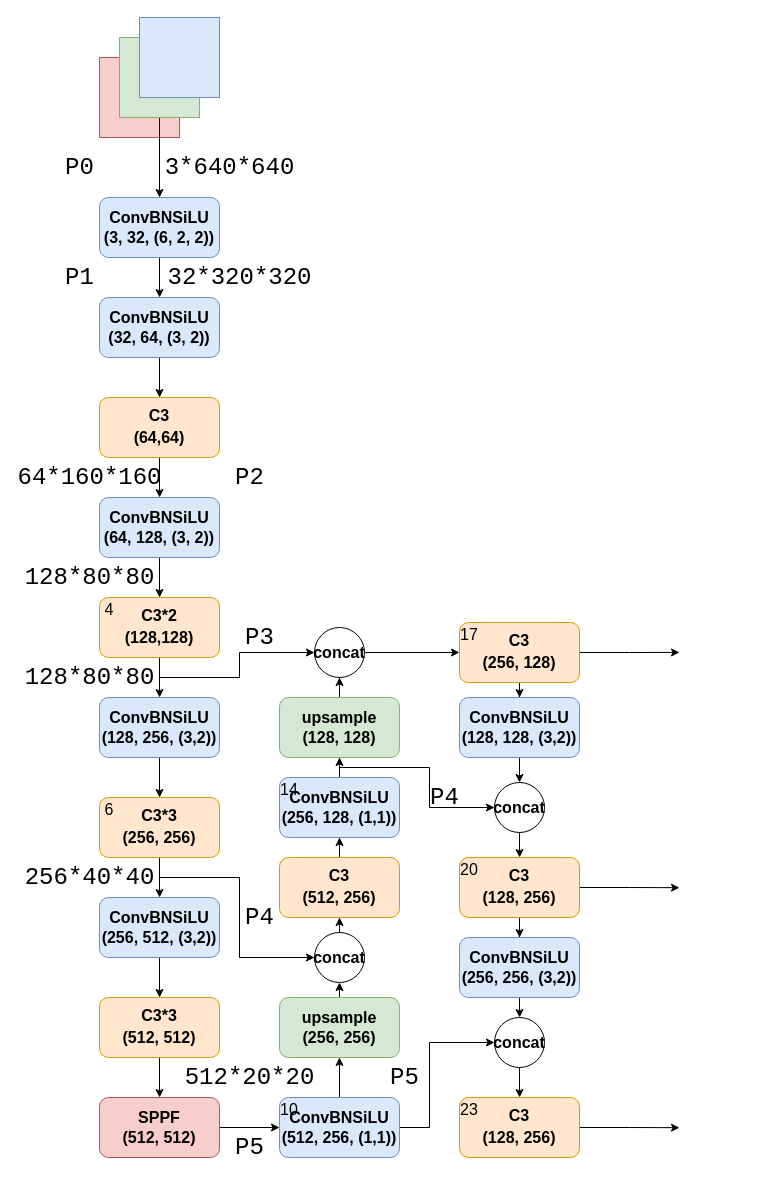
Before: page "第 1 页" (1 of 2) of backbone.drawio in 225ceV/-, a draw.io diagram. Source tidied: cells renumbered, new cells numbered last; positions are measured from the earlier drawing's top-left corner, leaving out a move shared by most shapes. Both pictures are drawn from the tidied source at 100%, with x=0, y=0 at pixel (29, 17).
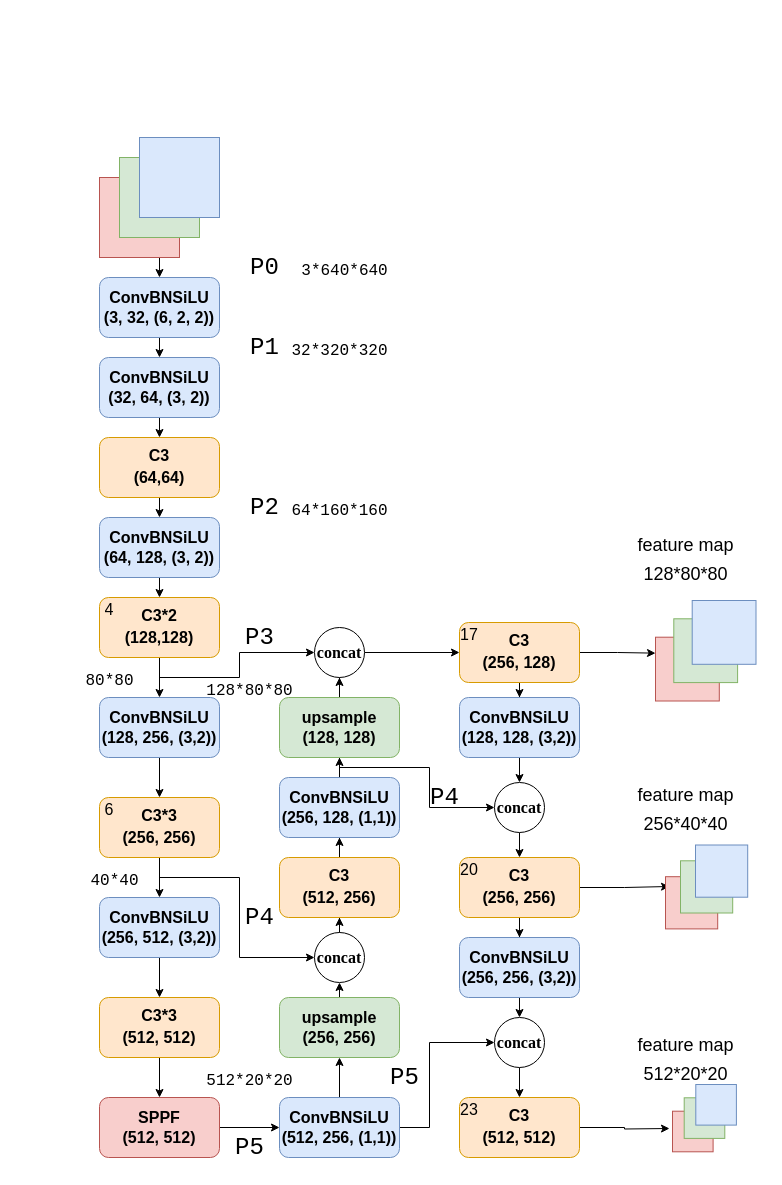
Above is the later version.

The change refers to these unchanged cells:
```xml
<mxCell id="54" value="&lt;font face=&quot;Helvetica&quot; style=&quot;font-size: 16px;&quot;&gt;&lt;b&gt;C3&lt;br&gt;(256, 128)&lt;/b&gt;&lt;/font&gt;" style="rounded=1;whiteSpace=wrap;html=1;fontFamily=Courier New;fontSize=16;fillColor=#ffe6cc;strokeColor=#d79b00;" parent="1" vertex="1">
  <mxGeometry x="430" y="605" width="120" height="60" as="geometry" />
</mxCell>
```

Change to the diagram source:
```diff
@@
-    <mxCell id="2" style="whiteSpace=wrap;html=1;fillColor=#f8cecc;strokeColor=#b85450;" parent="1" vertex="1">
-      <mxGeometry x="70" y="40" width="80" height="80" as="geometry" />
-    </mxCell>
@@
-    <mxCell id="4" style="whiteSpace=wrap;html=1;fillColor=#d5e8d4;strokeColor=#82b366;" parent="1" vertex="1">
-      <mxGeometry x="90" y="20" width="80" height="80" as="geometry" />
-    </mxCell>
-    <mxCell id="5" style="whiteSpace=wrap;html=1;fillColor=#dae8fc;strokeColor=#6c8ebf;" parent="1" vertex="1">
-      <mxGeometry x="110" width="80" height="80" as="geometry" />
-    </mxCell>
@@
     <mxCell id="7" value="&lt;font style=&quot;font-size: 16px;&quot;&gt;&lt;b&gt;ConvBNSiLU&lt;br&gt;(3, 32, (6, 2, 2))&lt;/b&gt;&lt;br&gt;&lt;/font&gt;" style="rounded=1;whiteSpace=wrap;html=1;fillColor=#dae8fc;strokeColor=#6c8ebf;" parent="1" vertex="1">
-      <mxGeometry x="70" y="180" width="120" height="60" as="geometry" />
+      <mxGeometry x="70" y="260" width="120" height="60" as="geometry" />
     </mxCell>
-    <mxCell id="8" value="&lt;span style=&quot;font-weight: normal;&quot;&gt;&lt;font face=&quot;Courier New&quot;&gt;3*640*640&lt;/font&gt;&lt;/span&gt;" style="text;strokeColor=none;fillColor=none;html=1;fontSize=24;fontStyle=1;verticalAlign=middle;align=center;" parent="1" vertex="1">
-      <mxGeometry x="150" y="130" width="100" height="40" as="geometry" />
+    <mxCell id="8" value="&lt;span style=&quot;font-weight: normal;&quot;&gt;&lt;font style=&quot;font-size: 16px;&quot; face=&quot;Courier New&quot;&gt;3*640*640&lt;/font&gt;&lt;/span&gt;" style="text;strokeColor=none;fillColor=none;html=1;fontSize=24;fontStyle=1;verticalAlign=middle;align=center;" parent="1" vertex="1">
+      <mxGeometry x="265" y="230" width="100" height="40" as="geometry" />
     </mxCell>
@@
     <mxCell id="10" value="&lt;font style=&quot;font-size: 16px;&quot;&gt;&lt;b&gt;ConvBNSiLU&lt;br&gt;(32, 64, (3, 2))&lt;/b&gt;&lt;br&gt;&lt;/font&gt;" style="rounded=1;whiteSpace=wrap;html=1;fillColor=#dae8fc;strokeColor=#6c8ebf;" parent="1" vertex="1">
-      <mxGeometry x="70" y="280" width="120" height="60" as="geometry" />
+      <mxGeometry x="70" y="340" width="120" height="60" as="geometry" />
     </mxCell>
-    <mxCell id="11" value="&lt;span style=&quot;font-weight: normal;&quot;&gt;&lt;font face=&quot;Courier New&quot;&gt;32*320*320&lt;/font&gt;&lt;/span&gt;" style="text;strokeColor=none;fillColor=none;html=1;fontSize=24;fontStyle=1;verticalAlign=middle;align=center;" parent="1" vertex="1">
-      <mxGeometry x="160" y="240" width="100" height="40" as="geometry" />
+    <mxCell id="11" value="&lt;span style=&quot;font-weight: normal;&quot;&gt;&lt;font style=&quot;font-size: 16px;&quot; face=&quot;Courier New&quot;&gt;32*320*320&lt;/font&gt;&lt;/span&gt;" style="text;strokeColor=none;fillColor=none;html=1;fontSize=24;fontStyle=1;verticalAlign=middle;align=center;" parent="1" vertex="1">
+      <mxGeometry x="260" y="320" width="100" height="20" as="geometry" />
     </mxCell>
@@
     <mxCell id="13" value="&lt;font face=&quot;Helvetica&quot; style=&quot;font-size: 16px;&quot;&gt;&lt;b&gt;C3&lt;br&gt;(64,64)&lt;/b&gt;&lt;/font&gt;" style="rounded=1;whiteSpace=wrap;html=1;fontFamily=Courier New;fontSize=16;fillColor=#ffe6cc;strokeColor=#d79b00;" parent="1" vertex="1">
-      <mxGeometry x="70" y="380" width="120" height="60" as="geometry" />
+      <mxGeometry x="70" y="420" width="120" height="60" as="geometry" />
     </mxCell>
@@
     <mxCell id="15" value="&lt;font style=&quot;font-size: 16px;&quot;&gt;&lt;b&gt;ConvBNSiLU&lt;br&gt;(64, 128, (3, 2))&lt;/b&gt;&lt;br&gt;&lt;/font&gt;" style="rounded=1;whiteSpace=wrap;html=1;fillColor=#dae8fc;strokeColor=#6c8ebf;" parent="1" vertex="1">
-      <mxGeometry x="70" y="480" width="120" height="60" as="geometry" />
+      <mxGeometry x="70" y="500" width="120" height="60" as="geometry" />
     </mxCell>
@@
-    <mxCell id="26" value="&lt;span style=&quot;font-weight: normal;&quot;&gt;&lt;font face=&quot;Courier New&quot;&gt;64*160*160&lt;/font&gt;&lt;/span&gt;" style="text;strokeColor=none;fillColor=none;html=1;fontSize=24;fontStyle=1;verticalAlign=middle;align=center;" parent="1" vertex="1">
-      <mxGeometry x="10" y="440" width="100" height="40" as="geometry" />
+    <mxCell id="26" value="&lt;span style=&quot;font-weight: normal;&quot;&gt;&lt;font style=&quot;font-size: 16px;&quot; face=&quot;Courier New&quot;&gt;64*160*160&lt;/font&gt;&lt;/span&gt;" style="text;strokeColor=none;fillColor=none;html=1;fontSize=24;fontStyle=1;verticalAlign=middle;align=center;" parent="1" vertex="1">
+      <mxGeometry x="260" y="480" width="100" height="20" as="geometry" />
     </mxCell>
-    <mxCell id="27" value="&lt;span style=&quot;font-weight: normal;&quot;&gt;&lt;font face=&quot;Courier New&quot;&gt;128*80*80&lt;/font&gt;&lt;/span&gt;" style="text;strokeColor=none;fillColor=none;html=1;fontSize=24;fontStyle=1;verticalAlign=middle;align=center;" parent="1" vertex="1">
-      <mxGeometry x="10" y="540" width="100" height="40" as="geometry" />
+    <mxCell id="27" value="&lt;span style=&quot;font-weight: normal;&quot;&gt;&lt;font style=&quot;font-size: 16px;&quot; face=&quot;Courier New&quot;&gt;128*80*80&lt;/font&gt;&lt;/span&gt;" style="text;strokeColor=none;fillColor=none;html=1;fontSize=24;fontStyle=1;verticalAlign=middle;align=center;" parent="1" vertex="1">
+      <mxGeometry x="170" y="650" width="100" height="40" as="geometry" />
     </mxCell>
-    <mxCell id="28" value="&lt;span style=&quot;font-weight: normal;&quot;&gt;&lt;font face=&quot;Courier New&quot;&gt;128*80*80&lt;/font&gt;&lt;/span&gt;" style="text;strokeColor=none;fillColor=none;html=1;fontSize=24;fontStyle=1;verticalAlign=middle;align=center;" parent="1" vertex="1">
-      <mxGeometry x="10" y="640" width="100" height="40" as="geometry" />
+    <mxCell id="28" value="&lt;span style=&quot;font-weight: normal;&quot;&gt;&lt;font style=&quot;font-size: 16px;&quot; face=&quot;Courier New&quot;&gt;80*80&lt;/font&gt;&lt;/span&gt;" style="text;strokeColor=none;fillColor=none;html=1;fontSize=24;fontStyle=1;verticalAlign=middle;align=center;" parent="1" vertex="1">
+      <mxGeometry x="50" y="640" width="60" height="40" as="geometry" />
     </mxCell>
-    <mxCell id="29" value="&lt;span style=&quot;font-weight: normal;&quot;&gt;&lt;font face=&quot;Courier New&quot;&gt;256*40*40&lt;/font&gt;&lt;/span&gt;" style="text;strokeColor=none;fillColor=none;html=1;fontSize=24;fontStyle=1;verticalAlign=middle;align=center;" parent="1" vertex="1">
-      <mxGeometry x="10" y="840" width="100" height="40" as="geometry" />
+    <mxCell id="29" value="&lt;span style=&quot;font-weight: normal;&quot;&gt;&lt;font style=&quot;font-size: 16px;&quot; face=&quot;Courier New&quot;&gt;40*40&lt;/font&gt;&lt;/span&gt;" style="text;strokeColor=none;fillColor=none;html=1;fontSize=24;fontStyle=1;verticalAlign=middle;align=center;" parent="1" vertex="1">
+      <mxGeometry x="60" y="840" width="50" height="40" as="geometry" />
     </mxCell>
@@
-    <mxCell id="32" value="&lt;span style=&quot;font-weight: normal;&quot;&gt;&lt;font face=&quot;Courier New&quot;&gt;512*20*20&lt;/font&gt;&lt;/span&gt;" style="text;strokeColor=none;fillColor=none;html=1;fontSize=24;fontStyle=1;verticalAlign=middle;align=center;" parent="1" vertex="1">
+    <mxCell id="32" value="&lt;span style=&quot;font-weight: normal;&quot;&gt;&lt;font style=&quot;font-size: 16px;&quot; face=&quot;Courier New&quot;&gt;512*20*20&lt;/font&gt;&lt;/span&gt;" style="text;strokeColor=none;fillColor=none;html=1;fontSize=24;fontStyle=1;verticalAlign=middle;align=center;" parent="1" vertex="1">
       <mxGeometry x="170" y="1040" width="100" height="40" as="geometry" />
     </mxCell>
@@
-    <mxCell id="40" value="&lt;b&gt;concat&lt;/b&gt;" style="ellipse;whiteSpace=wrap;html=1;fontSize=16;" parent="1" vertex="1">
+    <mxCell id="40" value="&lt;b&gt;&lt;font face=&quot;Garamond&quot;&gt;concat&lt;/font&gt;&lt;/b&gt;" style="ellipse;whiteSpace=wrap;html=1;fontSize=16;" parent="1" vertex="1">
       <mxGeometry x="285" y="915" width="50" height="50" as="geometry" />
     </mxCell>
@@
-    <mxCell id="48" value="&lt;b&gt;concat&lt;/b&gt;" style="ellipse;whiteSpace=wrap;html=1;fontSize=16;" parent="1" vertex="1">
+    <mxCell id="48" value="&lt;b&gt;&lt;font face=&quot;Garamond&quot;&gt;concat&lt;/font&gt;&lt;/b&gt;" style="ellipse;whiteSpace=wrap;html=1;fontSize=16;" parent="1" vertex="1">
       <mxGeometry x="285" y="610" width="50" height="50" as="geometry" />
     </mxCell>
@@
-    <mxCell id="53" style="edgeStyle=orthogonalEdgeStyle;rounded=0;jettySize=auto;html=1;exitX=1;exitY=0.5;exitDx=0;exitDy=0;fontSize=16;" parent="1" edge="1" source="54">
-      <mxGeometry relative="1" as="geometry">
-        <mxPoint x="650" y="634.9" as="targetPoint" />
-      </mxGeometry>
+    <mxCell id="53" style="edgeStyle=orthogonalEdgeStyle;rounded=0;jettySize=auto;html=1;exitX=1;exitY=0.5;exitDx=0;exitDy=0;fontSize=16;entryX=0;entryY=0.25;entryDx=0;entryDy=0;" parent="1" edge="1" source="54" target="84">
+      <mxGeometry relative="1" as="geometry" />
     </mxCell>
@@
     <mxCell id="59" style="edgeStyle=orthogonalEdgeStyle;rounded=0;jettySize=auto;html=1;exitX=1;exitY=0.5;exitDx=0;exitDy=0;fontSize=16;" parent="1" edge="1" source="60">
       <mxGeometry relative="1" as="geometry">
-        <mxPoint x="650" y="870.2" as="targetPoint" />
+        <mxPoint x="640" y="869" as="targetPoint" />
       </mxGeometry>
     </mxCell>
-    <mxCell id="60" value="&lt;font face=&quot;Helvetica&quot; style=&quot;font-size: 16px;&quot;&gt;&lt;b&gt;C3&lt;br&gt;(128, 256)&lt;/b&gt;&lt;/font&gt;" style="rounded=1;whiteSpace=wrap;html=1;fontFamily=Courier New;fontSize=16;fillColor=#ffe6cc;strokeColor=#d79b00;" parent="1" vertex="1">
+    <mxCell id="60" value="&lt;font face=&quot;Helvetica&quot; style=&quot;font-size: 16px;&quot;&gt;&lt;b&gt;C3&lt;br&gt;(256, 256)&lt;/b&gt;&lt;/font&gt;" style="rounded=1;whiteSpace=wrap;html=1;fontFamily=Courier New;fontSize=16;fillColor=#ffe6cc;strokeColor=#d79b00;" parent="1" vertex="1">
       <mxGeometry x="430" y="840" width="120" height="60" as="geometry" />
     </mxCell>
@@
-    <mxCell id="64" value="&lt;b&gt;concat&lt;/b&gt;" style="ellipse;whiteSpace=wrap;html=1;fontSize=16;" parent="1" vertex="1">
+    <mxCell id="64" value="&lt;b&gt;&lt;font face=&quot;Garamond&quot;&gt;concat&lt;/font&gt;&lt;/b&gt;" style="ellipse;whiteSpace=wrap;html=1;fontSize=16;" parent="1" vertex="1">
       <mxGeometry x="465" y="1000" width="50" height="50" as="geometry" />
     </mxCell>
@@
     <mxCell id="66" value="&lt;span style=&quot;font-weight: normal;&quot;&gt;&lt;font face=&quot;Courier New&quot;&gt;P2&lt;/font&gt;&lt;/span&gt;" style="text;strokeColor=none;fillColor=none;html=1;fontSize=24;fontStyle=1;verticalAlign=middle;align=center;" parent="1" vertex="1">
-      <mxGeometry x="170" y="440" width="100" height="40" as="geometry" />
+      <mxGeometry x="185" y="475" width="100" height="30" as="geometry" />
     </mxCell>
     <mxCell id="67" value="&lt;span style=&quot;font-weight: normal;&quot;&gt;&lt;font face=&quot;Courier New&quot;&gt;P1&lt;/font&gt;&lt;/span&gt;" style="text;strokeColor=none;fillColor=none;html=1;fontSize=24;fontStyle=1;verticalAlign=middle;align=center;" parent="1" vertex="1">
-      <mxGeometry y="240" width="100" height="40" as="geometry" />
+      <mxGeometry x="215" y="320" width="40" height="20" as="geometry" />
     </mxCell>
     <mxCell id="68" value="&lt;span style=&quot;font-weight: normal;&quot;&gt;&lt;font face=&quot;Courier New&quot;&gt;P0&lt;/font&gt;&lt;/span&gt;" style="text;strokeColor=none;fillColor=none;html=1;fontSize=24;fontStyle=1;verticalAlign=middle;align=center;" parent="1" vertex="1">
-      <mxGeometry y="130" width="100" height="40" as="geometry" />
+      <mxGeometry x="215" y="240" width="40" height="20" as="geometry" />
     </mxCell>
@@
-    <mxCell id="72" value="14" style="text;html=1;strokeColor=none;fillColor=none;align=center;verticalAlign=middle;whiteSpace=wrap;overflow=hidden;fontSize=16;" parent="1" vertex="1">
-      <mxGeometry x="250" y="760" width="20" height="20" as="geometry" />
-    </mxCell>
@@
-    <mxCell id="74" value="10" style="text;html=1;strokeColor=none;fillColor=none;align=center;verticalAlign=middle;whiteSpace=wrap;overflow=hidden;fontSize=16;" parent="1" vertex="1">
-      <mxGeometry x="250" y="1080" width="20" height="20" as="geometry" />
-    </mxCell>
@@
-    <mxCell id="76" value="&lt;b&gt;concat&lt;/b&gt;" style="ellipse;whiteSpace=wrap;html=1;fontSize=16;" parent="1" vertex="1">
+    <mxCell id="76" value="&lt;b&gt;&lt;font face=&quot;Garamond&quot;&gt;concat&lt;/font&gt;&lt;/b&gt;" style="ellipse;whiteSpace=wrap;html=1;fontSize=16;" parent="1" vertex="1">
       <mxGeometry x="465" y="765" width="50" height="50" as="geometry" />
     </mxCell>
     <mxCell id="77" style="edgeStyle=orthogonalEdgeStyle;rounded=0;jettySize=auto;html=1;exitX=1;exitY=0.5;exitDx=0;exitDy=0;fontSize=16;" parent="1" edge="1" source="78">
       <mxGeometry relative="1" as="geometry">
-        <mxPoint x="650" y="1110.2" as="targetPoint" />
+        <mxPoint x="640" y="1111" as="targetPoint" />
       </mxGeometry>
     </mxCell>
-    <mxCell id="78" value="&lt;font face=&quot;Helvetica&quot; style=&quot;font-size: 16px;&quot;&gt;&lt;b&gt;C3&lt;br&gt;(128, 256)&lt;/b&gt;&lt;/font&gt;" style="rounded=1;whiteSpace=wrap;html=1;fontFamily=Courier New;fontSize=16;fillColor=#ffe6cc;strokeColor=#d79b00;" parent="1" vertex="1">
+    <mxCell id="78" value="&lt;font face=&quot;Helvetica&quot; style=&quot;font-size: 16px;&quot;&gt;&lt;b&gt;C3&lt;br&gt;(512, 512)&lt;/b&gt;&lt;/font&gt;" style="rounded=1;whiteSpace=wrap;html=1;fontFamily=Courier New;fontSize=16;fillColor=#ffe6cc;strokeColor=#d79b00;" parent="1" vertex="1">
       <mxGeometry x="430" y="1080" width="120" height="60" as="geometry" />
     </mxCell>
@@
+    <mxCell id="82" style="group;" parent="1" vertex="1">
+      <mxGeometry x="70" y="120" width="120" height="120" as="geometry" />
+    </mxCell>
+    <mxCell id="2" style="whiteSpace=wrap;html=1;fillColor=#f8cecc;strokeColor=#b85450;" parent="82" vertex="1">
+      <mxGeometry y="40" width="80" height="80" as="geometry" />
+    </mxCell>
+    <mxCell id="4" style="whiteSpace=wrap;html=1;fillColor=#d5e8d4;strokeColor=#82b366;" parent="82" vertex="1">
+      <mxGeometry x="20" y="20" width="80" height="80" as="geometry" />
+    </mxCell>
+    <mxCell id="5" style="whiteSpace=wrap;html=1;fillColor=#dae8fc;strokeColor=#6c8ebf;" parent="82" vertex="1">
+      <mxGeometry x="40" width="80" height="80" as="geometry" />
+    </mxCell>
+    <mxCell id="83" style="group;" parent="1" vertex="1">
+      <mxGeometry x="626" y="583" width="110" height="110" as="geometry" />
+    </mxCell>
+    <mxCell id="84" style="whiteSpace=wrap;html=1;fillColor=#f8cecc;strokeColor=#b85450;" parent="83" vertex="1">
+      <mxGeometry y="36.7" width="63.8" height="63.8" as="geometry" />
+    </mxCell>
+    <mxCell id="85" style="whiteSpace=wrap;html=1;fillColor=#d5e8d4;strokeColor=#82b366;" parent="83" vertex="1">
+      <mxGeometry x="18.3" y="18.3" width="63.8" height="63.8" as="geometry" />
+    </mxCell>
+    <mxCell id="86" style="whiteSpace=wrap;html=1;fillColor=#dae8fc;strokeColor=#6c8ebf;" parent="83" vertex="1">
+      <mxGeometry x="36.7" width="63.8" height="63.8" as="geometry" />
+    </mxCell>
+    <mxCell id="87" style="group;" parent="1" vertex="1">
+      <mxGeometry x="636" y="827.5" width="90" height="95" as="geometry" />
+    </mxCell>
+    <mxCell id="88" style="whiteSpace=wrap;html=1;fillColor=#f8cecc;strokeColor=#b85450;" parent="87" vertex="1">
+      <mxGeometry y="31.7" width="52.2" height="52.2" as="geometry" />
+    </mxCell>
+    <mxCell id="89" style="whiteSpace=wrap;html=1;fillColor=#d5e8d4;strokeColor=#82b366;" parent="87" vertex="1">
+      <mxGeometry x="15" y="15.8" width="52.2" height="52.2" as="geometry" />
+    </mxCell>
+    <mxCell id="90" style="whiteSpace=wrap;html=1;fillColor=#dae8fc;strokeColor=#6c8ebf;" parent="87" vertex="1">
+      <mxGeometry x="30" width="52.2" height="52.2" as="geometry" />
+    </mxCell>
+    <mxCell id="91" style="group;" parent="1" vertex="1">
+      <mxGeometry x="643" y="1067" width="70" height="80" as="geometry" />
+    </mxCell>
+    <mxCell id="92" style="whiteSpace=wrap;html=1;fillColor=#f8cecc;strokeColor=#b85450;" parent="91" vertex="1">
+      <mxGeometry y="26.7" width="40.6" height="40.6" as="geometry" />
+    </mxCell>
+    <mxCell id="93" style="whiteSpace=wrap;html=1;fillColor=#d5e8d4;strokeColor=#82b366;" parent="91" vertex="1">
+      <mxGeometry x="11.7" y="13.3" width="40.6" height="40.6" as="geometry" />
+    </mxCell>
+    <mxCell id="94" style="whiteSpace=wrap;html=1;fillColor=#dae8fc;strokeColor=#6c8ebf;" parent="91" vertex="1">
+      <mxGeometry x="23.3" width="40.6" height="40.6" as="geometry" />
+    </mxCell>
+    <mxCell id="95" value="&lt;span style=&quot;font-weight: normal; font-size: 18px;&quot;&gt;feature map&lt;br&gt;128*80*80&lt;/span&gt;" style="text;strokeColor=none;fillColor=none;html=1;fontSize=24;fontStyle=1;verticalAlign=middle;align=center;" parent="1" vertex="1">
+      <mxGeometry x="606" y="510" width="100" height="60" as="geometry" />
+    </mxCell>
+    <mxCell id="96" value="&lt;span style=&quot;font-weight: normal; font-size: 18px;&quot;&gt;feature map&lt;br&gt;256*40*40&lt;/span&gt;" style="text;strokeColor=none;fillColor=none;html=1;fontSize=24;fontStyle=1;verticalAlign=middle;align=center;" parent="1" vertex="1">
+      <mxGeometry x="606" y="760" width="100" height="60" as="geometry" />
+    </mxCell>
+    <mxCell id="97" value="&lt;span style=&quot;font-weight: normal; font-size: 18px;&quot;&gt;feature map&lt;br&gt;512*20*20&lt;/span&gt;" style="text;strokeColor=none;fillColor=none;html=1;fontSize=24;fontStyle=1;verticalAlign=middle;align=center;" parent="1" vertex="1">
+      <mxGeometry x="606" y="1010" width="100" height="60" as="geometry" />
+    </mxCell>
```
